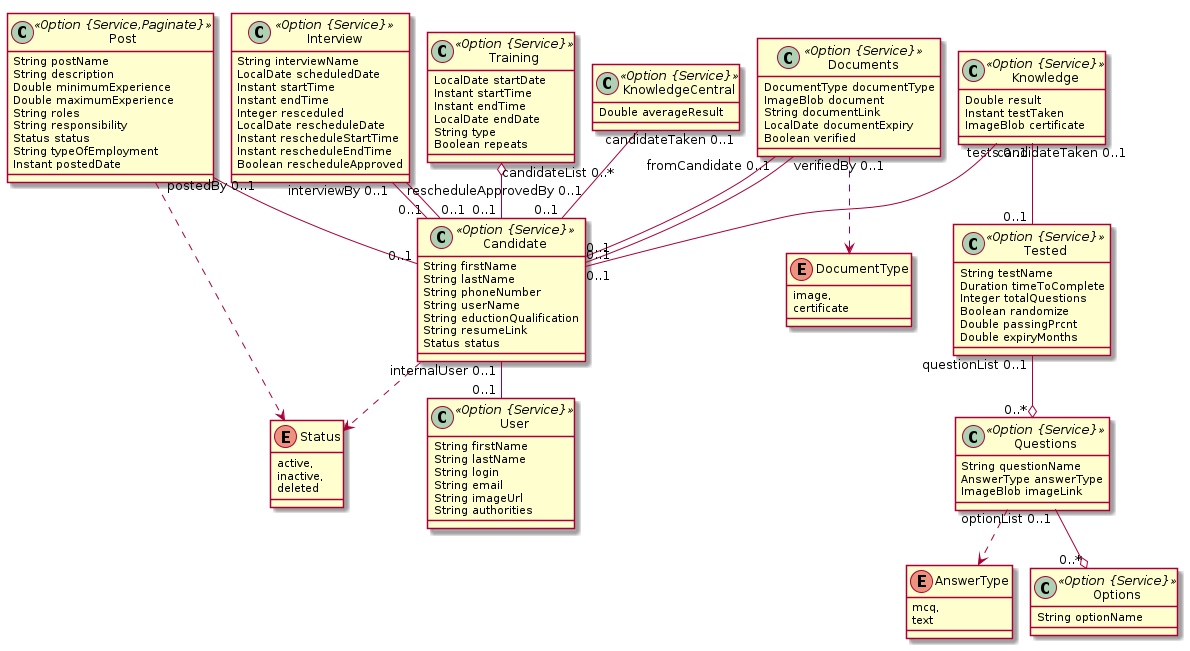
Above: employeeFinal.png in Datalinkedai/employee (PlantUML), before the change.
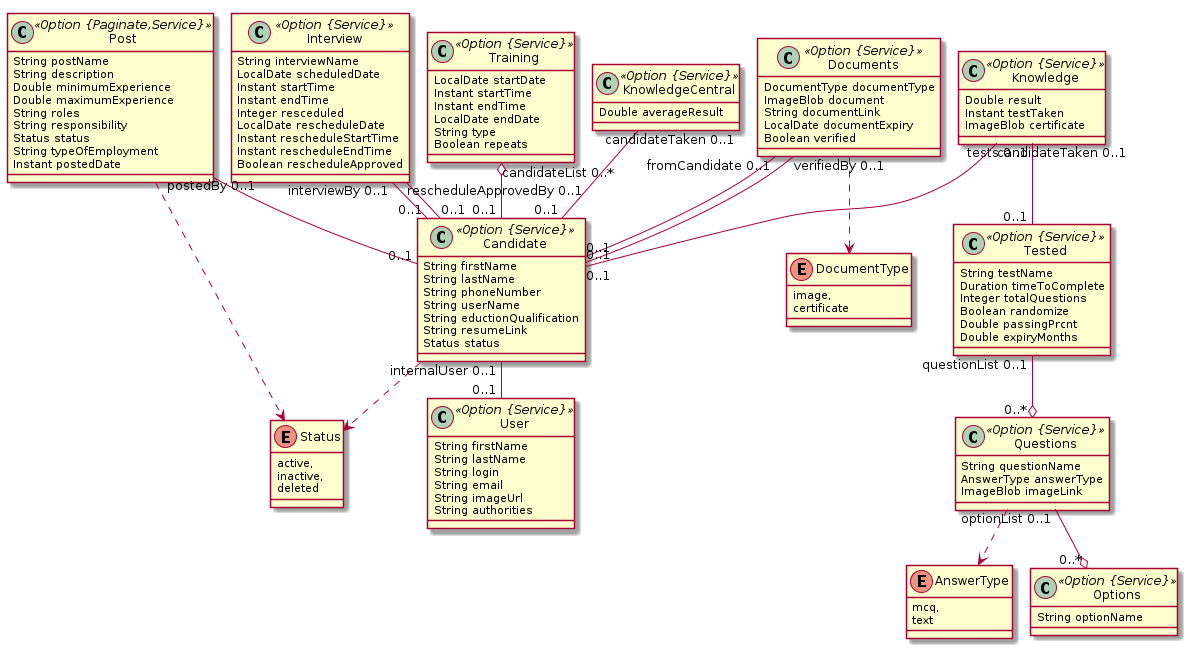
The same diagram one commit later.

Commit message:
backend repository updated

What changed in the source:
```diff
@@ -1,7 +1,7 @@
 @startuml
 	!pragma layout smetana
 	!pragma syntax class
-	class Post <<Option {Service,Paginate}>> {
+	class Post <<Option {Paginate,Service}>> {
 		String postName
 		String description
 		Double minimumExperience
```
